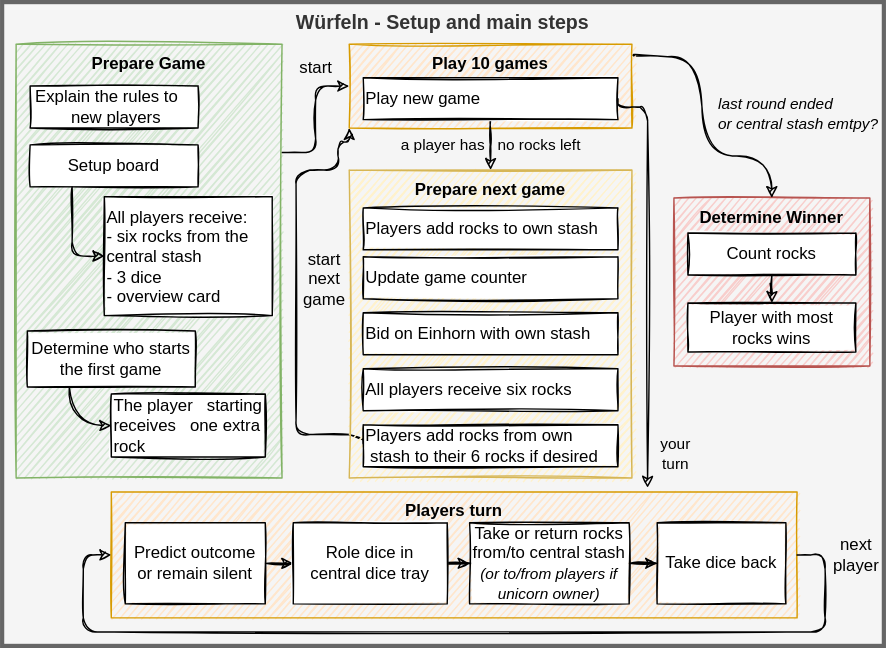
This is make/games/wuerfeln.drawio.svg from sonj4ev4/FullByte.github.io, a draw.io export, as it was before one commit. Source tidied: cells renumbered, new cells last; positions are measured from the earlier drawing's top-left corner, leaving out a move shared by most shapes.
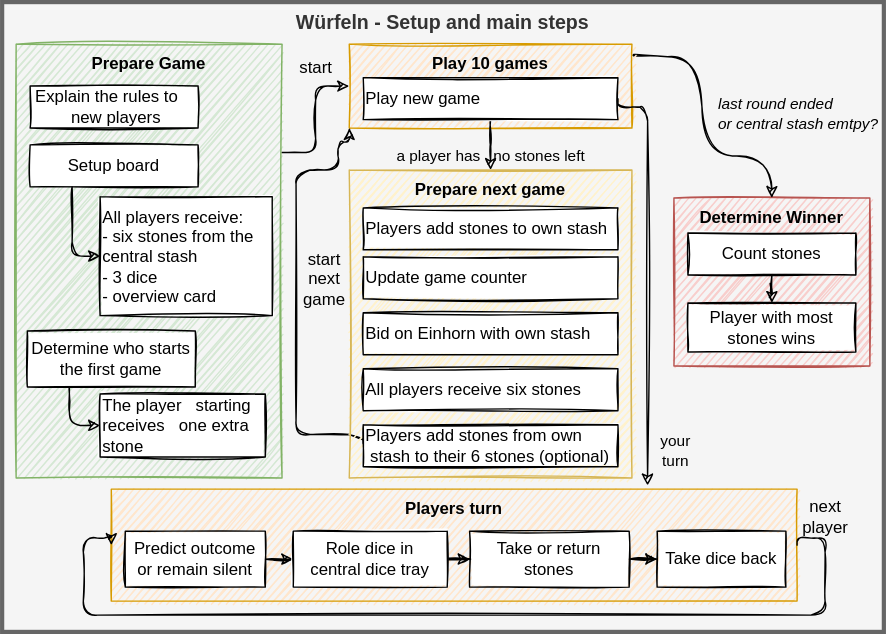
The same diagram one commit later.

Diff of the diagram source:
```diff
@@ -3,7 +3,7 @@
     <mxCell id="0" />
     <mxCell id="1" parent="0" />
     <mxCell id="2" value="Würfeln - Setup and main steps" style="rounded=0;whiteSpace=wrap;html=1;sketch=0;fontSize=14;align=center;verticalAlign=top;strokeWidth=3;fontStyle=1;fontFamily=Helvetica;fillColor=#f5f5f5;strokeColor=#666666;fontColor=#333333;" parent="1" vertex="1">
-      <mxGeometry width="630" height="460" as="geometry" />
+      <mxGeometry width="630" height="450" as="geometry" />
     </mxCell>
     <mxCell id="3" value="Determine Winner" style="whiteSpace=wrap;html=1;verticalAlign=top;fontStyle=1;fillColor=#f8cecc;strokeColor=#b85450;sketch=1;fontSize=12;" parent="1" vertex="1">
       <mxGeometry x="480" y="140" width="140" height="120" as="geometry" />
@@ -45,31 +45,35 @@
         <mxPoint x="14" y="51" as="offset" />
       </mxGeometry>
     </mxCell>
-    <mxCell id="11" value="a player has&amp;nbsp; &amp;nbsp;no rocks left" style="edgeStyle=orthogonalEdgeStyle;rounded=0;jettySize=auto;html=1;sketch=1;labelBackgroundColor=none;entryX=0.5;entryY=0;entryDx=0;entryDy=0;" parent="1" edge="1" source="12" target="32">
-      <mxGeometry relative="1" as="geometry" />
+    <mxCell id="11" value="a player has&amp;nbsp; &amp;nbsp;no stones left" style="edgeStyle=orthogonalEdgeStyle;rounded=0;jettySize=auto;html=1;sketch=1;labelBackgroundColor=none;entryX=0.5;entryY=0;entryDx=0;entryDy=0;" parent="1" edge="1" source="12" target="32">
+      <mxGeometry x="0.55" relative="1" as="geometry" />
     </mxCell>
     <mxCell id="12" value="&amp;nbsp;Play new game" style="whiteSpace=wrap;html=1;align=left;sketch=1;fontSize=12;" parent="1" vertex="1">
       <mxGeometry x="258" y="54" width="182" height="30" as="geometry" />
     </mxCell>
-    <mxCell id="13" value="Player with most rocks wins" style="whiteSpace=wrap;html=1;sketch=1;fontSize=12;" parent="1" vertex="1">
+    <mxCell id="13" value="Player with most stones wins" style="whiteSpace=wrap;html=1;sketch=1;fontSize=12;" parent="1" vertex="1">
       <mxGeometry x="490" y="215" width="120" height="35" as="geometry" />
     </mxCell>
-    <mxCell id="14" style="edgeStyle=orthogonalEdgeStyle;jettySize=auto;html=1;entryX=0;entryY=0.5;entryDx=0;entryDy=0;exitX=0.25;exitY=1;exitDx=0;exitDy=0;sketch=1;curved=1;fontSize=12;" parent="1" edge="1" source="15" target="16">
-      <mxGeometry relative="1" as="geometry" />
+    <mxCell id="14" style="edgeStyle=orthogonalEdgeStyle;rounded=1;jettySize=auto;html=1;entryX=0;entryY=0.5;entryDx=0;entryDy=0;exitX=0.25;exitY=1;exitDx=0;exitDy=0;fontSize=12;sketch=1;" parent="1" edge="1" source="15" target="16">
+      <mxGeometry relative="1" as="geometry">
+        <Array as="points">
+          <mxPoint x="48" y="303" />
+        </Array>
+      </mxGeometry>
     </mxCell>
     <mxCell id="15" value="Determine who starts the first game" style="whiteSpace=wrap;html=1;sketch=1;fontSize=12;align=center;" parent="1" vertex="1">
       <mxGeometry x="18" y="235" width="120" height="40" as="geometry" />
     </mxCell>
-    <mxCell id="16" value="&amp;nbsp;The player&amp;nbsp; &amp;nbsp;starting&amp;nbsp;&lt;span&gt;receives&amp;nbsp; &amp;nbsp;one&amp;nbsp;&lt;/span&gt;extra rock" style="whiteSpace=wrap;html=1;align=left;sketch=1;fontSize=12;" parent="1" vertex="1">
-      <mxGeometry x="78" y="280" width="110" height="45" as="geometry" />
+    <mxCell id="16" value="&amp;nbsp;The player&amp;nbsp; &amp;nbsp;starting&amp;nbsp;&lt;span&gt;receives&amp;nbsp; &amp;nbsp;one&amp;nbsp;&lt;/span&gt;extra stone" style="whiteSpace=wrap;html=1;align=left;sketch=1;fontSize=12;" parent="1" vertex="1">
+      <mxGeometry x="70" y="280" width="118" height="45" as="geometry" />
     </mxCell>
-    <mxCell id="17" value="&amp;nbsp;All players receive:&lt;br style=&quot;font-size: 12px&quot;&gt;&amp;nbsp; - six rocks from the central stash&lt;br style=&quot;font-size: 12px&quot;&gt;&amp;nbsp; - 3 dice&lt;br&gt;&amp;nbsp; -&amp;nbsp;overview card" style="whiteSpace=wrap;html=1;align=left;sketch=1;fontSize=12;glass=0;" parent="1" vertex="1">
-      <mxGeometry x="73" y="139" width="120" height="85" as="geometry" />
+    <mxCell id="17" value="&amp;nbsp;All players receive:&lt;br style=&quot;font-size: 12px&quot;&gt;&amp;nbsp; - six stones from the central stash&lt;br style=&quot;font-size: 12px&quot;&gt;&amp;nbsp; - 3 dice&lt;br&gt;&amp;nbsp; -&amp;nbsp;overview card" style="whiteSpace=wrap;html=1;align=left;sketch=1;fontSize=12;glass=0;" parent="1" vertex="1">
+      <mxGeometry x="70" y="139" width="123" height="85" as="geometry" />
     </mxCell>
     <mxCell id="18" style="edgeStyle=orthogonalEdgeStyle;jettySize=auto;html=1;sketch=1;curved=1;fontSize=12;" parent="1" edge="1" source="19" target="13">
       <mxGeometry relative="1" as="geometry" />
     </mxCell>
-    <mxCell id="19" value="Count rocks" style="whiteSpace=wrap;html=1;sketch=1;fontSize=12;" parent="1" vertex="1">
+    <mxCell id="19" value="Count stones" style="whiteSpace=wrap;html=1;sketch=1;fontSize=12;" parent="1" vertex="1">
       <mxGeometry x="490" y="165" width="120" height="30" as="geometry" />
     </mxCell>
     <mxCell id="20" style="edgeStyle=orthogonalEdgeStyle;rounded=1;jettySize=auto;html=1;entryX=0;entryY=0.5;entryDx=0;entryDy=0;exitX=0.25;exitY=1;exitDx=0;exitDy=0;fontSize=12;sketch=1;" parent="1" edge="1" source="21" target="17">
@@ -79,28 +83,28 @@
       <mxGeometry x="20" y="102" width="120" height="30" as="geometry" />
     </mxCell>
     <mxCell id="22" value="Players turn" style="whiteSpace=wrap;html=1;verticalAlign=top;fontStyle=1;fillColor=#ffe6cc;strokeColor=#d79b00;sketch=1;fontSize=12;" parent="1" vertex="1">
-      <mxGeometry x="78" y="350" width="490" height="90" as="geometry" />
+      <mxGeometry x="78" y="348" width="490" height="80" as="geometry" />
     </mxCell>
     <mxCell id="23" style="edgeStyle=orthogonalEdgeStyle;rounded=0;sketch=1;jettySize=auto;html=1;entryX=0;entryY=0.5;entryDx=0;entryDy=0;" parent="1" edge="1" source="24" target="26">
       <mxGeometry relative="1" as="geometry" />
     </mxCell>
     <mxCell id="24" value="Predict outcome &lt;br&gt;or remain silent" style="whiteSpace=wrap;html=1;align=center;sketch=1;fontSize=12;" parent="1" vertex="1">
-      <mxGeometry x="88" y="372" width="100" height="58" as="geometry" />
+      <mxGeometry x="88" y="378" width="100" height="40" as="geometry" />
     </mxCell>
     <mxCell id="25" style="edgeStyle=orthogonalEdgeStyle;rounded=0;sketch=1;jettySize=auto;html=1;entryX=0;entryY=0.5;entryDx=0;entryDy=0;" parent="1" edge="1" source="26" target="28">
       <mxGeometry relative="1" as="geometry" />
     </mxCell>
     <mxCell id="26" value="Role dice in &lt;br&gt;central dice tray" style="whiteSpace=wrap;html=1;align=center;sketch=1;fontSize=12;" parent="1" vertex="1">
-      <mxGeometry x="208" y="372" width="110" height="58" as="geometry" />
+      <mxGeometry x="208" y="378" width="110" height="40" as="geometry" />
     </mxCell>
     <mxCell id="27" style="edgeStyle=orthogonalEdgeStyle;rounded=0;sketch=1;jettySize=auto;html=1;entryX=0;entryY=0.5;entryDx=0;entryDy=0;" parent="1" edge="1" source="28" target="29">
       <mxGeometry relative="1" as="geometry" />
     </mxCell>
-    <mxCell id="28" value="Take or return rocks from/to central stash&lt;br&gt;&lt;i&gt;&lt;font style=&quot;font-size: 11px&quot;&gt;(or to/from players if unicorn owner)&lt;/font&gt;&lt;/i&gt;" style="whiteSpace=wrap;html=1;align=center;sketch=1;fontSize=12;" parent="1" vertex="1">
-      <mxGeometry x="334" y="372" width="114" height="58" as="geometry" />
+    <mxCell id="28" value="Take or return stones" style="whiteSpace=wrap;html=1;align=center;sketch=1;fontSize=12;" parent="1" vertex="1">
+      <mxGeometry x="334" y="378" width="114" height="40" as="geometry" />
     </mxCell>
     <mxCell id="29" value="Take dice back" style="whiteSpace=wrap;html=1;align=center;sketch=1;fontSize=12;" parent="1" vertex="1">
-      <mxGeometry x="468" y="372" width="92" height="58" as="geometry" />
+      <mxGeometry x="468" y="378" width="92" height="40" as="geometry" />
     </mxCell>
     <mxCell id="30" value="&amp;nbsp;Explain the rules to&amp;nbsp; &amp;nbsp; &amp;nbsp;new players" style="whiteSpace=wrap;html=1;align=center;verticalAlign=middle;sketch=1;fontSize=12;" parent="1" vertex="1">
       <mxGeometry x="20" y="60" width="120" height="30" as="geometry" />
@@ -121,26 +125,27 @@
     <mxCell id="33" value="&amp;nbsp;Bid on Einhorn with own stash" style="whiteSpace=wrap;html=1;align=left;sketch=1;fontSize=12;" parent="1" vertex="1">
       <mxGeometry x="258" y="222" width="182" height="30" as="geometry" />
     </mxCell>
-    <mxCell id="34" value="&amp;nbsp;All players receive six rocks" style="whiteSpace=wrap;html=1;align=left;sketch=1;fontSize=12;" parent="1" vertex="1">
+    <mxCell id="34" value="&amp;nbsp;All players receive six stones" style="whiteSpace=wrap;html=1;align=left;sketch=1;fontSize=12;" parent="1" vertex="1">
       <mxGeometry x="258" y="262" width="182" height="30" as="geometry" />
     </mxCell>
-    <mxCell id="35" value="&amp;nbsp;Players add rocks from own&amp;nbsp; &amp;nbsp;stash to their 6 rocks if desired" style="whiteSpace=wrap;html=1;align=left;sketch=1;fontSize=12;" parent="1" vertex="1">
+    <mxCell id="35" value="&amp;nbsp;Players add stones from own&amp;nbsp; &amp;nbsp;stash to their 6 stones (optional)" style="whiteSpace=wrap;html=1;align=left;sketch=1;fontSize=12;" parent="1" vertex="1">
       <mxGeometry x="258" y="302" width="182" height="30" as="geometry" />
     </mxCell>
     <mxCell id="36" value="&amp;nbsp;Update game counter" style="whiteSpace=wrap;html=1;align=left;sketch=1;fontSize=12;" parent="1" vertex="1">
       <mxGeometry x="258" y="182" width="182" height="30" as="geometry" />
     </mxCell>
-    <mxCell id="37" value="&amp;nbsp;Players add rocks to own stash" style="whiteSpace=wrap;html=1;align=left;sketch=1;fontSize=12;" parent="1" vertex="1">
+    <mxCell id="37" value="&amp;nbsp;Players add stones to own stash" style="whiteSpace=wrap;html=1;align=left;sketch=1;fontSize=12;" parent="1" vertex="1">
       <mxGeometry x="258" y="147" width="182" height="30" as="geometry" />
     </mxCell>
     <mxCell id="38" value="next &lt;br&gt;player" style="edgeStyle=orthogonalEdgeStyle;rounded=1;orthogonalLoop=1;jettySize=auto;html=1;entryX=0;entryY=0.5;entryDx=0;entryDy=0;exitX=1;exitY=0.5;exitDx=0;exitDy=0;sketch=1;fontSize=12;labelBackgroundColor=none;" parent="1" edge="1" source="22" target="22">
-      <mxGeometry x="-0.94" y="22" relative="1" as="geometry">
+      <mxGeometry x="-0.93" y="-15" relative="1" as="geometry">
         <Array as="points">
-          <mxPoint x="588" y="395" />
-          <mxPoint x="588" y="450" />
-          <mxPoint x="58" y="450" />
-          <mxPoint x="58" y="395" />
+          <mxPoint x="588" y="383" />
+          <mxPoint x="588" y="438" />
+          <mxPoint x="58" y="438" />
+          <mxPoint x="58" y="383" />
         </Array>
+        <mxPoint x="15" y="-15" as="offset" />
       </mxGeometry>
     </mxCell>
   </root>
```
